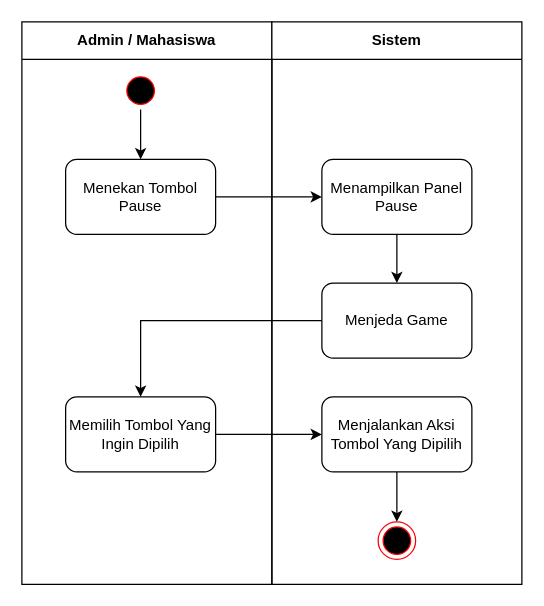
The draw.io diagram skripsi/skripsi/gambar/BAB III/Activity Diagram/Activity Diagram Gameplay - Pause.drawio in hako-975/UNPAM-File, before the edit. Source tidied: cells renumbered, new cells numbered last; positions are measured from the earlier drawing's top-left corner, leaving out a move shared by most shapes. Both pictures are drawn from the tidied source at 125%, with x=0, y=0 at pixel (21, 21).
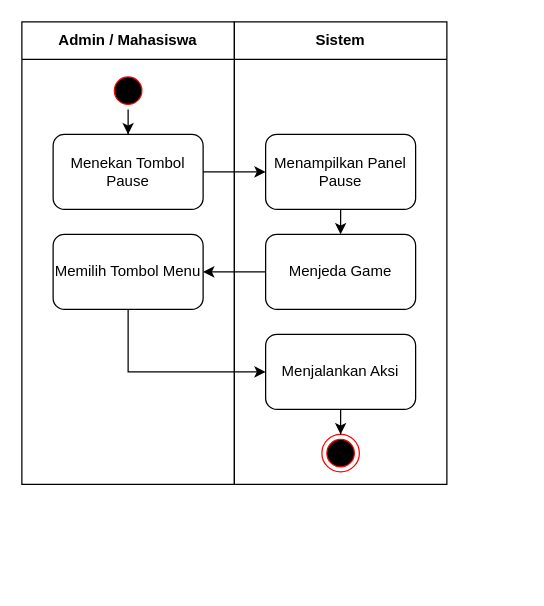
The same page after the edit.

The edit, as a diff of the source:
```diff
@@
 <mxGraphModel>
   <root>
     <mxCell id="0" />
     <mxCell id="1" parent="0" />
     <mxCell id="2" value="Admin / Mahasiswa" style="swimlane;whiteSpace=wrap;html=1;startSize=30;" parent="1" vertex="1">
-      <mxGeometry width="200" height="450" as="geometry" />
+      <mxGeometry width="170" height="370" as="geometry" />
     </mxCell>
     <mxCell id="3" style="edgeStyle=orthogonalEdgeStyle;rounded=0;jettySize=auto;html=1;entryX=0.5;entryY=0;entryDx=0;entryDy=0;" parent="2" edge="1" source="4" target="5">
       <mxGeometry relative="1" as="geometry" />
     </mxCell>
     <mxCell id="4" style="ellipse;html=1;shape=startState;fillColor=#000000;strokeColor=#ff0000;" parent="2" vertex="1">
-      <mxGeometry x="80" y="40" width="30" height="30" as="geometry" />
+      <mxGeometry x="70" y="40" width="30" height="30" as="geometry" />
     </mxCell>
     <mxCell id="5" value="Menekan Tombol Pause" style="rounded=1;whiteSpace=wrap;html=1;" parent="2" vertex="1">
-      <mxGeometry x="35" y="110" width="120" height="60" as="geometry" />
+      <mxGeometry x="25" y="90" width="120" height="60" as="geometry" />
     </mxCell>
-    <mxCell id="6" value="Memilih Tombol Yang Ingin Dipilih" style="whiteSpace=wrap;html=1;rounded=1;" parent="2" vertex="1">
-      <mxGeometry x="35" y="300" width="120" height="60" as="geometry" />
+    <mxCell id="6" value="Memilih Tombol Menu" style="whiteSpace=wrap;html=1;rounded=1;" parent="2" vertex="1">
+      <mxGeometry x="25" y="170" width="120" height="60" as="geometry" />
     </mxCell>
     <mxCell id="7" value="Sistem" style="swimlane;whiteSpace=wrap;html=1;startSize=30;" parent="1" vertex="1">
-      <mxGeometry x="200" width="200" height="450" as="geometry" />
+      <mxGeometry x="170" width="170" height="370" as="geometry" />
     </mxCell>
     <mxCell id="8" style="edgeStyle=orthogonalEdgeStyle;rounded=0;jettySize=auto;html=1;exitX=0.5;exitY=1;exitDx=0;exitDy=0;entryX=0.5;entryY=0;entryDx=0;entryDy=0;" parent="7" edge="1" source="9" target="13">
       <mxGeometry relative="1" as="geometry" />
     </mxCell>
     <mxCell id="9" value="Menampilkan Panel Pause" style="whiteSpace=wrap;html=1;rounded=1;" parent="7" vertex="1">
-      <mxGeometry x="40" y="110" width="120" height="60" as="geometry" />
+      <mxGeometry x="25" y="90" width="120" height="60" as="geometry" />
     </mxCell>
     <mxCell id="10" style="ellipse;html=1;shape=endState;fillColor=#000000;strokeColor=#ff0000;" parent="7" vertex="1">
-      <mxGeometry x="85" y="400" width="30" height="30" as="geometry" />
+      <mxGeometry x="70" y="330" width="30" height="30" as="geometry" />
     </mxCell>
     <mxCell id="11" style="edgeStyle=orthogonalEdgeStyle;rounded=0;jettySize=auto;html=1;entryX=0.5;entryY=0;entryDx=0;entryDy=0;" parent="7" edge="1" source="12" target="10">
       <mxGeometry relative="1" as="geometry" />
     </mxCell>
-    <mxCell id="12" value="Menjalankan Aksi Tombol Yang Dipilih" style="whiteSpace=wrap;html=1;rounded=1;" parent="7" vertex="1">
-      <mxGeometry x="40" y="300" width="120" height="60" as="geometry" />
+    <mxCell id="12" value="Menjalankan Aksi" style="whiteSpace=wrap;html=1;rounded=1;" parent="7" vertex="1">
+      <mxGeometry x="25" y="250" width="120" height="60" as="geometry" />
     </mxCell>
     <mxCell id="13" value="Menjeda&amp;nbsp;&lt;span style=&quot;background-color: initial;&quot;&gt;Game&lt;/span&gt;" style="whiteSpace=wrap;html=1;rounded=1;" parent="7" vertex="1">
-      <mxGeometry x="40" y="209" width="120" height="60" as="geometry" />
+      <mxGeometry x="25" y="170" width="120" height="60" as="geometry" />
     </mxCell>
     <mxCell id="14" style="edgeStyle=orthogonalEdgeStyle;rounded=0;jettySize=auto;html=1;exitX=1;exitY=0.5;exitDx=0;exitDy=0;" parent="1" edge="1" source="5" target="9">
       <mxGeometry relative="1" as="geometry" />
     </mxCell>
-    <mxCell id="15" style="edgeStyle=orthogonalEdgeStyle;rounded=0;jettySize=auto;html=1;entryX=0;entryY=0.5;entryDx=0;entryDy=0;" parent="1" edge="1" source="6" target="12">
+    <mxCell id="15" style="edgeStyle=orthogonalEdgeStyle;rounded=0;jettySize=auto;html=1;entryX=0;entryY=0.5;entryDx=0;entryDy=0;exitX=0.5;exitY=1;exitDx=0;exitDy=0;" parent="1" edge="1" source="6" target="12">
       <mxGeometry relative="1" as="geometry" />
     </mxCell>
-    <mxCell id="16" style="edgeStyle=orthogonalEdgeStyle;rounded=0;jettySize=auto;html=1;entryX=0.5;entryY=0;entryDx=0;entryDy=0;" parent="1" edge="1" source="13" target="6">
+    <mxCell id="16" style="edgeStyle=orthogonalEdgeStyle;rounded=0;jettySize=auto;html=1;entryX=1;entryY=0.5;entryDx=0;entryDy=0;" parent="1" edge="1" source="13" target="6">
       <mxGeometry relative="1" as="geometry" />
     </mxCell>
   </root>
 </mxGraphModel>
```
